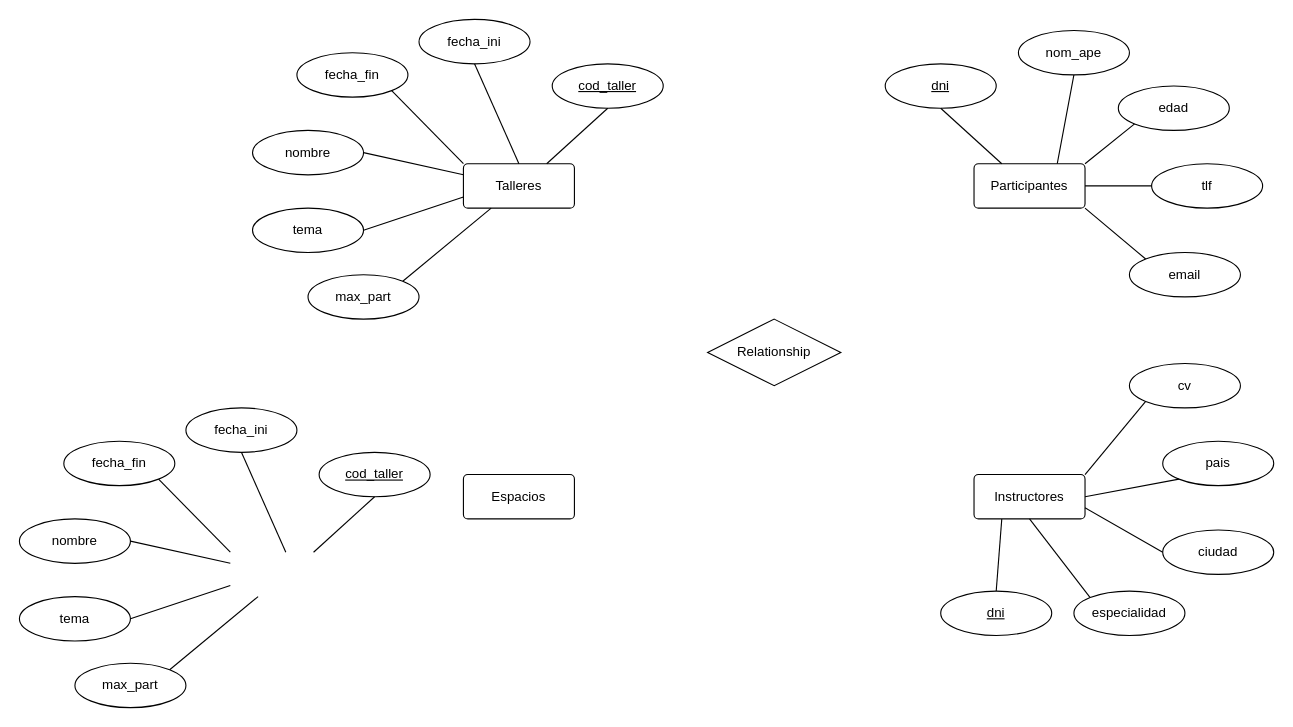
Before: Diagrama sin título.drawio in Mokius02/basesdedatos, a draw.io diagram. Source tidied: cells renumbered, new cells numbered last; positions are measured from the earlier drawing's top-left corner, leaving out a move shared by most shapes. Both pictures are drawn from the tidied source at 111%, with x=0, y=0 at pixel (19, 19).
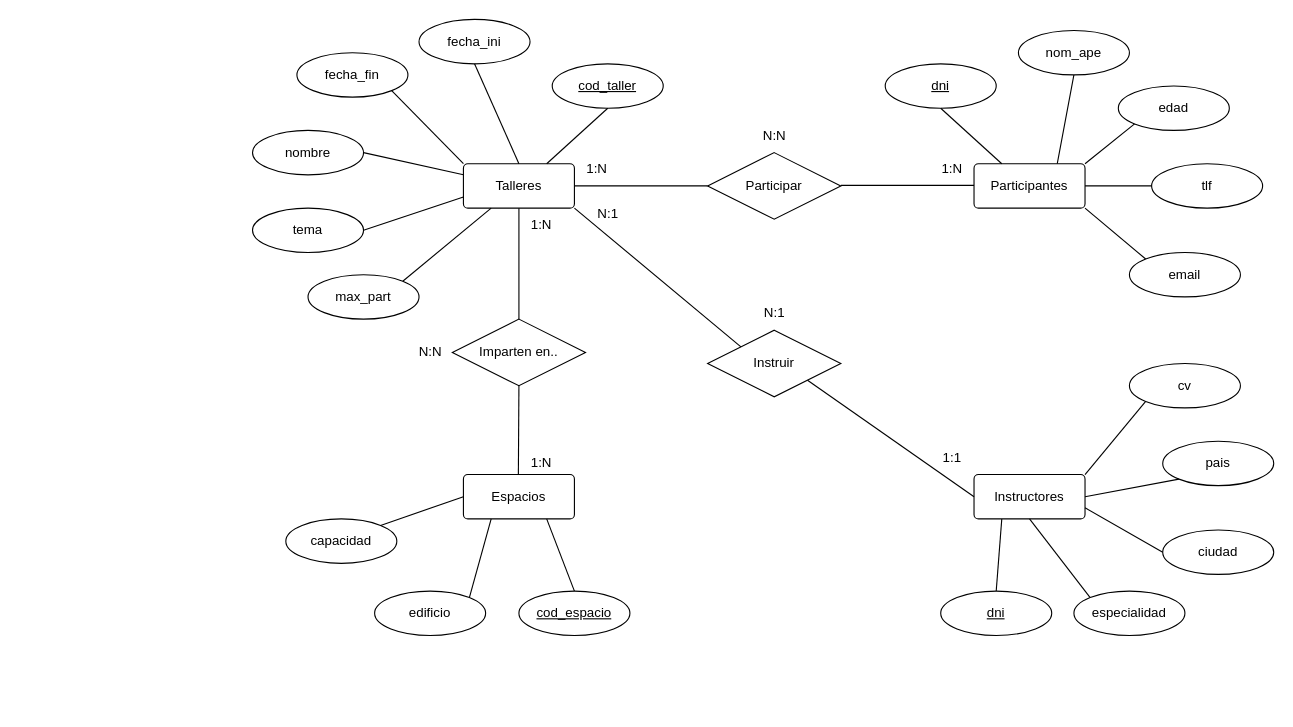
After the change.

The change refers to these unchanged cells:
```xml
<mxCell id="2" value="Talleres" style="rounded=1;arcSize=10;whiteSpace=wrap;html=1;align=center;" parent="1" vertex="1">
  <mxGeometry x="400" y="130" width="100" height="40" as="geometry" />
</mxCell>
<mxCell id="4" value="Espacios" style="rounded=1;arcSize=10;whiteSpace=wrap;html=1;align=center;" parent="1" vertex="1">
  <mxGeometry x="400" y="410" width="100" height="40" as="geometry" />
</mxCell>
<mxCell id="5" value="Instructores" style="rounded=1;arcSize=10;whiteSpace=wrap;html=1;align=center;" parent="1" vertex="1">
  <mxGeometry x="860" y="410" width="100" height="40" as="geometry" />
</mxCell>
```

What changed in the source:
```diff
@@
-    <mxCell id="6" value="Relationship" style="shape=rhombus;perimeter=rhombusPerimeter;whiteSpace=wrap;html=1;align=center;" parent="1" vertex="1">
-      <mxGeometry x="620" y="270" width="120" height="60" as="geometry" />
+    <mxCell id="6" value="Participar" style="shape=rhombus;perimeter=rhombusPerimeter;whiteSpace=wrap;html=1;align=center;" parent="1" vertex="1">
+      <mxGeometry x="620" y="120" width="120" height="60" as="geometry" />
     </mxCell>
@@
-    <mxCell id="19" value="cod_taller" style="ellipse;whiteSpace=wrap;html=1;align=center;fontStyle=4;" parent="1" vertex="1">
-      <mxGeometry x="270" y="390" width="100" height="40" as="geometry" />
+    <mxCell id="19" value="cod_espacio" style="ellipse;whiteSpace=wrap;html=1;align=center;fontStyle=4;" parent="1" vertex="1">
+      <mxGeometry x="450" y="515" width="100" height="40" as="geometry" />
     </mxCell>
-    <mxCell id="20" value="fecha_fin" style="ellipse;whiteSpace=wrap;html=1;align=center;" parent="1" vertex="1">
-      <mxGeometry x="40" y="380" width="100" height="40" as="geometry" />
+    <mxCell id="20" value="capacidad" style="ellipse;whiteSpace=wrap;html=1;align=center;" parent="1" vertex="1">
+      <mxGeometry x="240" y="450" width="100" height="40" as="geometry" />
     </mxCell>
-    <mxCell id="21" value="nombre" style="ellipse;whiteSpace=wrap;html=1;align=center;" parent="1" vertex="1">
-      <mxGeometry y="450" width="100" height="40" as="geometry" />
-    </mxCell>
-    <mxCell id="22" style="endArrow=none;html=1;rounded=0;exitX=0.75;exitY=0;exitDx=0;exitDy=0;entryX=0.5;entryY=1;entryDx=0;entryDy=0;" parent="1" edge="1" target="19">
-      <mxGeometry relative="1" as="geometry">
-        <mxPoint x="265" y="480" as="sourcePoint" />
-      </mxGeometry>
+    <mxCell id="22" style="endArrow=none;html=1;rounded=0;exitX=0.75;exitY=1;exitDx=0;exitDy=0;entryX=0.5;entryY=0;entryDx=0;entryDy=0;" parent="1" edge="1" source="4" target="19">
+      <mxGeometry relative="1" as="geometry" />
     </mxCell>
-    <mxCell id="23" style="endArrow=none;html=1;rounded=0;exitX=0.5;exitY=0;exitDx=0;exitDy=0;entryX=0.5;entryY=1;entryDx=0;entryDy=0;" parent="1" edge="1" target="30">
-      <mxGeometry relative="1" as="geometry">
-        <mxPoint x="240" y="480" as="sourcePoint" />
-      </mxGeometry>
+    <mxCell id="23" style="endArrow=none;html=1;rounded=0;exitX=0.25;exitY=1;exitDx=0;exitDy=0;entryX=1;entryY=0;entryDx=0;entryDy=0;" parent="1" edge="1" source="4" target="30">
+      <mxGeometry relative="1" as="geometry" />
     </mxCell>
-    <mxCell id="24" style="endArrow=none;html=1;rounded=0;exitX=0;exitY=0;exitDx=0;exitDy=0;entryX=1;entryY=1;entryDx=0;entryDy=0;" parent="1" edge="1" target="20">
-      <mxGeometry relative="1" as="geometry">
-        <mxPoint x="190" y="480" as="sourcePoint" />
-      </mxGeometry>
+    <mxCell id="24" style="endArrow=none;html=1;rounded=0;exitX=0;exitY=0.5;exitDx=0;exitDy=0;entryX=1;entryY=0;entryDx=0;entryDy=0;" parent="1" edge="1" source="4" target="20">
+      <mxGeometry relative="1" as="geometry" />
     </mxCell>
-    <mxCell id="25" style="endArrow=none;html=1;rounded=0;exitX=0;exitY=0.25;exitDx=0;exitDy=0;entryX=1;entryY=0.5;entryDx=0;entryDy=0;" parent="1" edge="1" target="21">
-      <mxGeometry relative="1" as="geometry">
-        <mxPoint x="190" y="490" as="sourcePoint" />
-      </mxGeometry>
-    </mxCell>
-    <mxCell id="26" value="tema" style="ellipse;whiteSpace=wrap;html=1;align=center;" parent="1" vertex="1">
-      <mxGeometry y="520" width="100" height="40" as="geometry" />
-    </mxCell>
-    <mxCell id="27" value="max_part" style="ellipse;whiteSpace=wrap;html=1;align=center;" parent="1" vertex="1">
-      <mxGeometry x="50" y="580" width="100" height="40" as="geometry" />
-    </mxCell>
-    <mxCell id="28" style="endArrow=none;html=1;rounded=0;exitX=0;exitY=0.75;exitDx=0;exitDy=0;entryX=1;entryY=0.5;entryDx=0;entryDy=0;" parent="1" edge="1" target="26">
-      <mxGeometry relative="1" as="geometry">
-        <mxPoint x="190" y="510" as="sourcePoint" />
-      </mxGeometry>
-    </mxCell>
-    <mxCell id="29" style="endArrow=none;html=1;rounded=0;exitX=0.25;exitY=1;exitDx=0;exitDy=0;entryX=1;entryY=0;entryDx=0;entryDy=0;" parent="1" edge="1" target="27">
-      <mxGeometry relative="1" as="geometry">
-        <mxPoint x="215" y="520" as="sourcePoint" />
-      </mxGeometry>
-    </mxCell>
-    <mxCell id="30" value="fecha_ini" style="ellipse;whiteSpace=wrap;html=1;align=center;" parent="1" vertex="1">
-      <mxGeometry x="150" y="350" width="100" height="40" as="geometry" />
+    <mxCell id="30" value="edificio" style="ellipse;whiteSpace=wrap;html=1;align=center;" parent="1" vertex="1">
+      <mxGeometry x="320" y="515" width="100" height="40" as="geometry" />
     </mxCell>
@@
+    <mxCell id="51" value="Instruir" style="shape=rhombus;perimeter=rhombusPerimeter;whiteSpace=wrap;html=1;align=center;" parent="1" vertex="1">
+      <mxGeometry x="620" y="280" width="120" height="60" as="geometry" />
+    </mxCell>
+    <mxCell id="52" value="Imparten en.." style="shape=rhombus;perimeter=rhombusPerimeter;whiteSpace=wrap;html=1;align=center;" parent="1" vertex="1">
+      <mxGeometry x="390" y="270" width="120" height="60" as="geometry" />
+    </mxCell>
+    <mxCell id="53" value="N:N" style="text;html=1;align=center;verticalAlign=middle;strokeColor=none;fillColor=none;" parent="1" vertex="1">
+      <mxGeometry x="350" y="285" width="40" height="30" as="geometry" />
+    </mxCell>
+    <mxCell id="54" value="N:N" style="text;html=1;align=center;verticalAlign=middle;strokeColor=none;fillColor=none;" parent="1" vertex="1">
+      <mxGeometry x="660" y="90" width="40" height="30" as="geometry" />
+    </mxCell>
+    <mxCell id="55" value="N:1" style="text;html=1;align=center;verticalAlign=middle;strokeColor=none;fillColor=none;" parent="1" vertex="1">
+      <mxGeometry x="660" y="250" width="40" height="30" as="geometry" />
+    </mxCell>
+    <mxCell id="56" style="endArrow=none;html=1;rounded=0;exitX=1;exitY=0.5;exitDx=0;exitDy=0;entryX=0;entryY=0.5;entryDx=0;entryDy=0;" parent="1" edge="1" source="2" target="6">
+      <mxGeometry relative="1" as="geometry" />
+    </mxCell>
+    <mxCell id="57" style="endArrow=none;html=1;rounded=0;exitX=1;exitY=0.5;exitDx=0;exitDy=0;entryX=0;entryY=0.5;entryDx=0;entryDy=0;" parent="1" edge="1">
+      <mxGeometry relative="1" as="geometry">
+        <mxPoint x="740" y="149.5" as="sourcePoint" />
+        <mxPoint x="860" y="149.5" as="targetPoint" />
+      </mxGeometry>
+    </mxCell>
+    <mxCell id="58" style="endArrow=none;html=1;rounded=0;exitX=1;exitY=1;exitDx=0;exitDy=0;entryX=0;entryY=0;entryDx=0;entryDy=0;" parent="1" edge="1" source="2" target="51">
+      <mxGeometry relative="1" as="geometry" />
+    </mxCell>
+    <mxCell id="59" style="endArrow=none;html=1;rounded=0;exitX=1;exitY=1;exitDx=0;exitDy=0;entryX=0;entryY=0.5;entryDx=0;entryDy=0;" parent="1" edge="1" source="51" target="5">
+      <mxGeometry relative="1" as="geometry" />
+    </mxCell>
+    <mxCell id="60" style="endArrow=none;html=1;rounded=0;exitX=0.5;exitY=1;exitDx=0;exitDy=0;entryX=0.5;entryY=0;entryDx=0;entryDy=0;" parent="1" edge="1" source="2" target="52">
+      <mxGeometry relative="1" as="geometry" />
+    </mxCell>
+    <mxCell id="61" style="endArrow=none;html=1;rounded=0;entryX=0.5;entryY=0;entryDx=0;entryDy=0;exitX=0.5;exitY=1;exitDx=0;exitDy=0;" parent="1" edge="1" source="52">
+      <mxGeometry relative="1" as="geometry">
+        <mxPoint x="449.5" y="410" as="targetPoint" />
+      </mxGeometry>
+    </mxCell>
+    <mxCell id="62" value="1:N" style="text;html=1;align=center;verticalAlign=middle;strokeColor=none;fillColor=none;" parent="1" vertex="1">
+      <mxGeometry x="500" y="120" width="40" height="30" as="geometry" />
+    </mxCell>
+    <mxCell id="63" value="1:N" style="text;html=1;align=center;verticalAlign=middle;strokeColor=none;fillColor=none;" parent="1" vertex="1">
+      <mxGeometry x="820" y="120" width="40" height="30" as="geometry" />
+    </mxCell>
+    <mxCell id="64" value="1:1" style="text;html=1;align=center;verticalAlign=middle;strokeColor=none;fillColor=none;" parent="1" vertex="1">
+      <mxGeometry x="820" y="380" width="40" height="30" as="geometry" />
+    </mxCell>
+    <mxCell id="65" value="1:N" style="text;html=1;align=center;verticalAlign=middle;strokeColor=none;fillColor=none;" parent="1" vertex="1">
+      <mxGeometry x="450" y="385" width="40" height="30" as="geometry" />
+    </mxCell>
+    <mxCell id="66" value="1:N" style="text;html=1;align=center;verticalAlign=middle;strokeColor=none;fillColor=none;" parent="1" vertex="1">
+      <mxGeometry x="450" y="170" width="40" height="30" as="geometry" />
+    </mxCell>
+    <mxCell id="67" value="N:1" style="text;html=1;align=center;verticalAlign=middle;strokeColor=none;fillColor=none;" parent="1" vertex="1">
+      <mxGeometry x="510" y="160" width="40" height="30" as="geometry" />
+    </mxCell>
```
